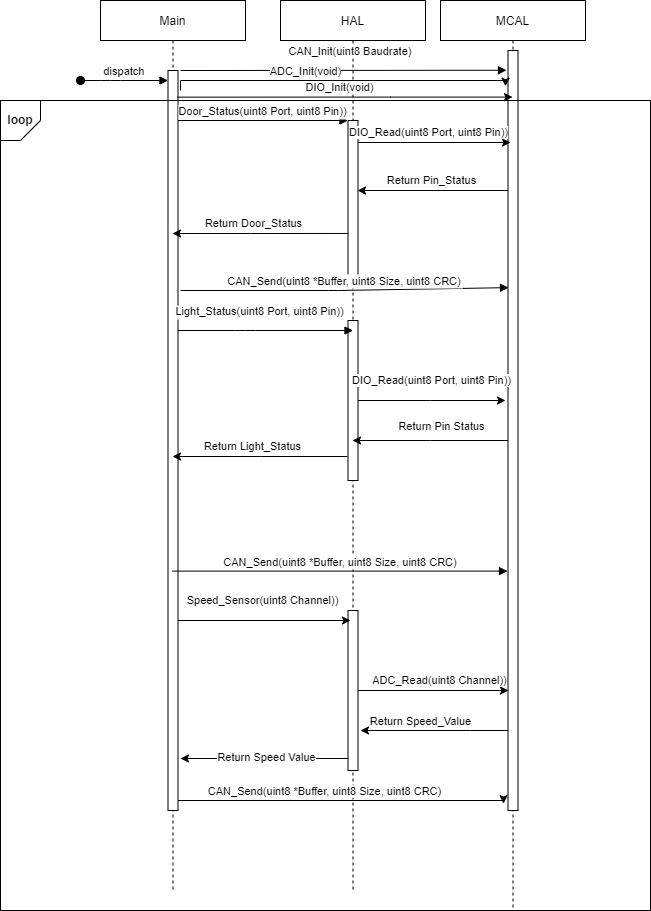
Before: Embedded Systems Design Project/Screen_Shots/Sequence Diagram (ECU_1).png, a diagram exported from draw.io (MohamedAshrafKhedr/Sprints_ARM_MC02-MA-). Source tidied: cells renumbered, new cells last; positions are measured from the earlier drawing's top-left corner, leaving out a move shared by most shapes.
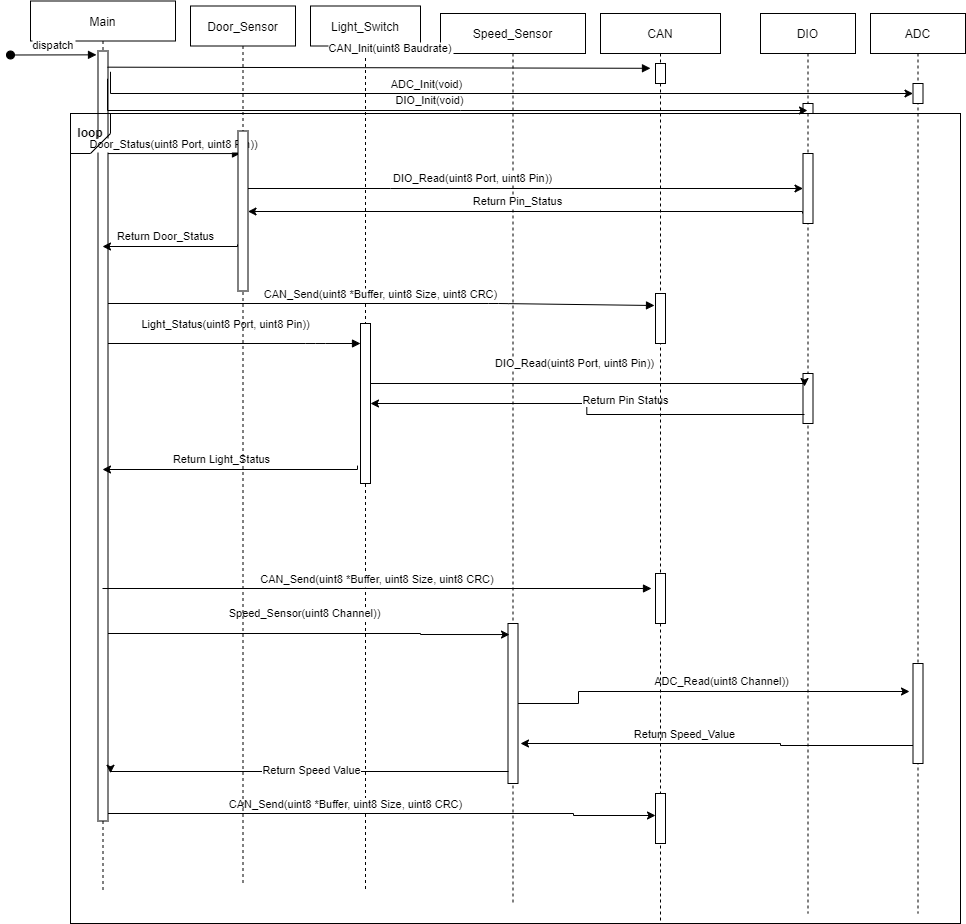
The same file after the commit.

What changed in the source:
```diff
@@ -2,86 +2,79 @@
   <root>
     <mxCell id="0" />
     <mxCell id="1" parent="0" />
+    <mxCell id="35" style="rounded=0;whiteSpace=wrap;html=1;fillColor=none;" parent="1" vertex="1">
+      <mxGeometry y="100" width="890" height="810" as="geometry" />
+    </mxCell>
+    <mxCell id="36" value="Light_Switch" style="shape=umlLifeline;perimeter=lifelinePerimeter;rounded=0;shadow=0;strokeWidth=1;" parent="1" vertex="1">
+      <mxGeometry x="240" y="-7.5" width="110" height="885" as="geometry" />
+    </mxCell>
+    <mxCell id="37" style="points=[];perimeter=orthogonalPerimeter;rounded=0;shadow=0;strokeWidth=1;" parent="36" vertex="1">
+      <mxGeometry x="50" y="317.5" width="10" height="160" as="geometry" />
+    </mxCell>
     <mxCell id="2" value="Main" style="shape=umlLifeline;perimeter=lifelinePerimeter;rounded=0;shadow=0;strokeWidth=1;" parent="1" vertex="1">
-      <mxGeometry x="100" width="145" height="890" as="geometry" />
+      <mxGeometry x="-40" y="-12.5" width="145" height="890" as="geometry" />
     </mxCell>
     <mxCell id="3" style="points=[];perimeter=orthogonalPerimeter;rounded=0;shadow=0;strokeWidth=1;" parent="2" vertex="1">
-      <mxGeometry x="67.5" y="70" width="10" height="740" as="geometry" />
+      <mxGeometry x="67.5" y="50" width="10" height="770" as="geometry" />
     </mxCell>
-    <mxCell id="4" value="dispatch" style="verticalAlign=bottom;startArrow=oval;endArrow=block;startSize=8;shadow=0;strokeWidth=1;" parent="2" edge="1" target="3">
+    <mxCell id="4" value="dispatch" style="verticalAlign=bottom;startArrow=oval;endArrow=block;startSize=8;shadow=0;strokeWidth=1;entryX=-0.15;entryY=0.005;entryDx=0;entryDy=0;entryPerimeter=0;" parent="2" edge="1" target="3">
       <mxGeometry relative="1" as="geometry">
-        <mxPoint x="-20" y="80" as="sourcePoint" />
-        <Array as="points">
-          <mxPoint x="10" y="80" />
-        </Array>
+        <mxPoint x="-20" y="54" as="sourcePoint" />
       </mxGeometry>
     </mxCell>
-    <mxCell id="5" value="HAL" style="shape=umlLifeline;perimeter=lifelinePerimeter;rounded=0;shadow=0;strokeWidth=1;" parent="1" vertex="1">
-      <mxGeometry x="280" width="145" height="890" as="geometry" />
+    <mxCell id="5" value="Speed_Sensor" style="shape=umlLifeline;perimeter=lifelinePerimeter;rounded=0;shadow=0;strokeWidth=1;" parent="1" vertex="1">
+      <mxGeometry x="370" width="145" height="890" as="geometry" />
     </mxCell>
-    <mxCell id="6" style="points=[];perimeter=orthogonalPerimeter;rounded=0;shadow=0;strokeWidth=1;" parent="5" vertex="1">
-      <mxGeometry x="67.5" y="120" width="10" height="160" as="geometry" />
-    </mxCell>
-    <mxCell id="7" value="CAN_Send(uint8 *Buffer, uint8 Size, uint8 CRC)" style="verticalAlign=bottom;endArrow=block;shadow=0;strokeWidth=1;entryX=0.05;entryY=0.312;entryDx=0;entryDy=0;entryPerimeter=0;" parent="5" edge="1" target="12">
-      <mxGeometry relative="1" as="geometry">
-        <mxPoint x="-100" y="290" as="sourcePoint" />
-        <Array as="points">
-          <mxPoint x="58" y="290" />
-        </Array>
-      </mxGeometry>
-    </mxCell>
-    <mxCell id="8" style="points=[];perimeter=orthogonalPerimeter;rounded=0;shadow=0;strokeWidth=1;" parent="5" vertex="1">
-      <mxGeometry x="67.5" y="320" width="10" height="160" as="geometry" />
-    </mxCell>
     <mxCell id="9" style="points=[];perimeter=orthogonalPerimeter;rounded=0;shadow=0;strokeWidth=1;" parent="5" vertex="1">
       <mxGeometry x="67.5" y="610" width="10" height="160" as="geometry" />
     </mxCell>
-    <mxCell id="10" value="Door_Status(uint8 Port, uint8 Pin))" style="verticalAlign=bottom;endArrow=block;entryX=0;entryY=0;shadow=0;strokeWidth=1;" parent="1" edge="1" source="3" target="6">
+    <mxCell id="10" value="Door_Status(uint8 Port, uint8 Pin))" style="verticalAlign=bottom;endArrow=block;entryX=0.25;entryY=0.141;shadow=0;strokeWidth=1;entryDx=0;entryDy=0;entryPerimeter=0;" parent="1" edge="1" source="3" target="46">
       <mxGeometry relative="1" as="geometry" />
     </mxCell>
-    <mxCell id="11" value="MCAL" style="shape=umlLifeline;perimeter=lifelinePerimeter;rounded=0;shadow=0;strokeWidth=1;" parent="1" vertex="1">
-      <mxGeometry x="440" width="145" height="910" as="geometry" />
+    <mxCell id="11" value="DIO" style="shape=umlLifeline;perimeter=lifelinePerimeter;rounded=0;shadow=0;strokeWidth=1;" parent="1" vertex="1">
+      <mxGeometry x="690" width="95" height="900" as="geometry" />
     </mxCell>
     <mxCell id="12" style="points=[];perimeter=orthogonalPerimeter;rounded=0;shadow=0;strokeWidth=1;" parent="11" vertex="1">
-      <mxGeometry x="67.5" y="50" width="10" height="760" as="geometry" />
+      <mxGeometry x="42.5" y="90" width="10" height="10" as="geometry" />
     </mxCell>
+    <mxCell id="38" style="points=[];perimeter=orthogonalPerimeter;rounded=0;shadow=0;strokeWidth=1;" parent="11" vertex="1">
+      <mxGeometry x="42.5" y="140" width="10" height="70" as="geometry" />
+    </mxCell>
+    <mxCell id="39" style="points=[];perimeter=orthogonalPerimeter;rounded=0;shadow=0;strokeWidth=1;" parent="11" vertex="1">
+      <mxGeometry x="42.5" y="360" width="10" height="50" as="geometry" />
+    </mxCell>
-    <mxCell id="13" value="CAN_Init(uint8 Baudrate)" style="verticalAlign=bottom;endArrow=block;shadow=0;strokeWidth=1;entryX=-0.15;entryY=0.026;entryDx=0;entryDy=0;entryPerimeter=0;" parent="1" edge="1" target="12">
-      <mxGeometry x="0.04" y="10" relative="1" as="geometry">
-        <mxPoint x="180" y="70" as="sourcePoint" />
-      </mxGeometry>
+    <mxCell id="13" value="CAN_Init(uint8 Baudrate)" style="verticalAlign=bottom;endArrow=block;shadow=0;strokeWidth=1;entryX=-0.5;entryY=0.24;entryDx=0;entryDy=0;entryPerimeter=0;exitX=0.95;exitY=0.021;exitDx=0;exitDy=0;exitPerimeter=0;" parent="1" edge="1" source="3" target="41">
+      <mxGeometry x="0.04" y="10" relative="1" as="geometry" />
     </mxCell>
-    <mxCell id="14" value="&lt;span style=&quot;color: rgb(0, 0, 0); font-family: Helvetica; font-size: 11px; font-style: normal; font-variant-ligatures: normal; font-variant-caps: normal; font-weight: 400; letter-spacing: normal; orphans: 2; text-align: center; text-indent: 0px; text-transform: none; widows: 2; word-spacing: 0px; -webkit-text-stroke-width: 0px; background-color: rgb(255, 255, 255); text-decoration-thickness: initial; text-decoration-style: initial; text-decoration-color: initial; float: none; display: inline !important;&quot;&gt;DIO_Read(uint8 Port, uint8 Pin))&lt;/span&gt;" style="edgeStyle=orthogonalEdgeStyle;rounded=0;jettySize=auto;html=1;" parent="1" edge="1" source="6">
+    <mxCell id="14" value="&lt;span style=&quot;color: rgb(0, 0, 0); font-family: Helvetica; font-size: 11px; font-style: normal; font-variant-ligatures: normal; font-variant-caps: normal; font-weight: 400; letter-spacing: normal; orphans: 2; text-align: center; text-indent: 0px; text-transform: none; widows: 2; word-spacing: 0px; -webkit-text-stroke-width: 0px; background-color: rgb(255, 255, 255); text-decoration-thickness: initial; text-decoration-style: initial; text-decoration-color: initial; float: none; display: inline !important;&quot;&gt;DIO_Read(uint8 Port, uint8 Pin))&lt;/span&gt;" style="edgeStyle=orthogonalEdgeStyle;rounded=0;jettySize=auto;html=1;" parent="1" edge="1" source="46" target="38">
       <mxGeometry x="-0.23" y="14" relative="1" as="geometry">
-        <mxPoint x="510" y="142" as="targetPoint" />
         <Array as="points">
-          <mxPoint x="400" y="142" />
-          <mxPoint x="400" y="142" />
+          <mxPoint x="320" y="175" />
+          <mxPoint x="320" y="175" />
         </Array>
         <mxPoint x="11" y="4" as="offset" />
       </mxGeometry>
     </mxCell>
-    <mxCell id="15" value="Return Pin_Status" style="edgeStyle=orthogonalEdgeStyle;rounded=0;jettySize=auto;html=1;" parent="1" edge="1" source="12">
+    <mxCell id="15" value="Return Pin_Status" style="edgeStyle=orthogonalEdgeStyle;rounded=0;jettySize=auto;html=1;exitX=-0.05;exitY=0.857;exitDx=0;exitDy=0;exitPerimeter=0;" parent="1" edge="1" source="38" target="46">
       <mxGeometry x="0.03" y="-10" relative="1" as="geometry">
-        <mxPoint x="357" y="190" as="targetPoint" />
         <Array as="points">
-          <mxPoint x="357" y="190" />
+          <mxPoint x="732" y="198" />
         </Array>
       </mxGeometry>
     </mxCell>
-    <mxCell id="16" value="Light_Status(uint8 Port, uint8 Pin))" style="verticalAlign=bottom;endArrow=block;entryX=0;entryY=0;shadow=0;strokeWidth=1;" parent="1" edge="1" source="3">
+    <mxCell id="16" value="Light_Status(uint8 Port, uint8 Pin))" style="verticalAlign=bottom;endArrow=block;shadow=0;strokeWidth=1;" parent="1" edge="1" source="3">
       <mxGeometry x="-0.06" y="10" relative="1" as="geometry">
-        <mxPoint x="352.5" y="330" as="targetPoint" />
+        <mxPoint x="290" y="330" as="targetPoint" />
         <Array as="points">
           <mxPoint x="245" y="330" />
         </Array>
       </mxGeometry>
     </mxCell>
-    <mxCell id="17" value="&lt;span style=&quot;color: rgb(0, 0, 0); font-family: Helvetica; font-size: 11px; font-style: normal; font-variant-ligatures: normal; font-variant-caps: normal; font-weight: 400; letter-spacing: normal; orphans: 2; text-align: center; text-indent: 0px; text-transform: none; widows: 2; word-spacing: 0px; -webkit-text-stroke-width: 0px; background-color: rgb(255, 255, 255); text-decoration-thickness: initial; text-decoration-style: initial; text-decoration-color: initial; float: none; display: inline !important;&quot;&gt;DIO_Read(uint8 Port, uint8 Pin))&lt;/span&gt;" style="edgeStyle=orthogonalEdgeStyle;rounded=0;jettySize=auto;html=1;" parent="1" edge="1" source="8">
+    <mxCell id="17" value="&lt;span style=&quot;color: rgb(0, 0, 0); font-family: Helvetica; font-size: 11px; font-style: normal; font-variant-ligatures: normal; font-variant-caps: normal; font-weight: 400; letter-spacing: normal; orphans: 2; text-align: center; text-indent: 0px; text-transform: none; widows: 2; word-spacing: 0px; -webkit-text-stroke-width: 0px; background-color: rgb(255, 255, 255); text-decoration-thickness: initial; text-decoration-style: initial; text-decoration-color: initial; float: none; display: inline !important;&quot;&gt;DIO_Read(uint8 Port, uint8 Pin))&lt;/span&gt;" style="edgeStyle=orthogonalEdgeStyle;rounded=0;jettySize=auto;html=1;exitX=1;exitY=0.238;exitDx=0;exitDy=0;exitPerimeter=0;entryX=0.15;entryY=0.26;entryDx=0;entryDy=0;entryPerimeter=0;" parent="1" edge="1" source="37" target="39">
       <mxGeometry x="-0.02" y="20" relative="1" as="geometry">
-        <mxPoint x="505" y="400" as="targetPoint" />
         <Array as="points">
-          <mxPoint x="430" y="400" />
-          <mxPoint x="430" y="400" />
+          <mxPoint x="300" y="370" />
+          <mxPoint x="734" y="370" />
         </Array>
       </mxGeometry>
     </mxCell>
@@ -93,11 +86,12 @@
         </Array>
       </mxGeometry>
     </mxCell>
-    <mxCell id="19" style="edgeStyle=orthogonalEdgeStyle;rounded=0;jettySize=auto;html=1;entryX=1.25;entryY=0.75;entryDx=0;entryDy=0;entryPerimeter=0;" parent="1" edge="1" source="12" target="9">
+    <mxCell id="19" style="edgeStyle=orthogonalEdgeStyle;rounded=0;jettySize=auto;html=1;entryX=1.25;entryY=0.75;entryDx=0;entryDy=0;entryPerimeter=0;exitX=0.15;exitY=0.73;exitDx=0;exitDy=0;exitPerimeter=0;" parent="1" edge="1" source="49" target="9">
       <mxGeometry relative="1" as="geometry">
         <Array as="points">
-          <mxPoint x="470" y="730" />
-          <mxPoint x="470" y="730" />
+          <mxPoint x="844" y="732" />
+          <mxPoint x="710" y="732" />
+          <mxPoint x="710" y="730" />
         </Array>
       </mxGeometry>
     </mxCell>
@@ -106,30 +100,28 @@
         <mxPoint y="-12" as="offset" />
       </mxGeometry>
     </mxCell>
-    <mxCell id="21" value="Return Light_Status" style="edgeStyle=orthogonalEdgeStyle;rounded=0;jettySize=auto;html=1;exitX=-0.05;exitY=0.85;exitDx=0;exitDy=0;exitPerimeter=0;" parent="1" edge="1" source="8" target="2">
+    <mxCell id="21" value="Return Light_Status" style="edgeStyle=orthogonalEdgeStyle;rounded=0;jettySize=auto;html=1;exitX=-0.3;exitY=0.888;exitDx=0;exitDy=0;exitPerimeter=0;" parent="1" edge="1" source="37" target="2">
       <mxGeometry x="0.08" y="-10" relative="1" as="geometry">
         <Array as="points">
-          <mxPoint x="260" y="456" />
-          <mxPoint x="260" y="456" />
+          <mxPoint x="287" y="456" />
         </Array>
       </mxGeometry>
     </mxCell>
-    <mxCell id="22" value="CAN_Send(uint8 *Buffer, uint8 Size, uint8 CRC)" style="verticalAlign=bottom;endArrow=block;shadow=0;strokeWidth=1;entryX=-0.05;entryY=0.685;entryDx=0;entryDy=0;entryPerimeter=0;" parent="1" edge="1" source="2" target="12">
+    <mxCell id="22" value="CAN_Send(uint8 *Buffer, uint8 Size, uint8 CRC)" style="verticalAlign=bottom;endArrow=block;shadow=0;strokeWidth=1;entryX=-0.4;entryY=0.3;entryDx=0;entryDy=0;entryPerimeter=0;" parent="1" edge="1" source="2" target="43">
       <mxGeometry relative="1" as="geometry" />
     </mxCell>
-    <mxCell id="23" value="&lt;span style=&quot;color: rgb(0, 0, 0); font-family: Helvetica; font-size: 11px; font-style: normal; font-variant-ligatures: normal; font-variant-caps: normal; font-weight: 400; letter-spacing: normal; orphans: 2; text-align: center; text-indent: 0px; text-transform: none; widows: 2; word-spacing: 0px; -webkit-text-stroke-width: 0px; background-color: rgb(255, 255, 255); text-decoration-thickness: initial; text-decoration-style: initial; text-decoration-color: initial; float: none; display: inline !important;&quot;&gt;Speed_Sensor(uint8 Channel))&lt;/span&gt;" style="edgeStyle=orthogonalEdgeStyle;rounded=0;jettySize=auto;html=1;" parent="1" edge="1" source="3">
+    <mxCell id="23" value="&lt;span style=&quot;color: rgb(0, 0, 0); font-family: Helvetica; font-size: 11px; font-style: normal; font-variant-ligatures: normal; font-variant-caps: normal; font-weight: 400; letter-spacing: normal; orphans: 2; text-align: center; text-indent: 0px; text-transform: none; widows: 2; word-spacing: 0px; -webkit-text-stroke-width: 0px; background-color: rgb(255, 255, 255); text-decoration-thickness: initial; text-decoration-style: initial; text-decoration-color: initial; float: none; display: inline !important;&quot;&gt;Speed_Sensor(uint8 Channel))&lt;/span&gt;" style="edgeStyle=orthogonalEdgeStyle;rounded=0;jettySize=auto;html=1;entryX=0.15;entryY=0.069;entryDx=0;entryDy=0;entryPerimeter=0;" parent="1" edge="1" source="3" target="9">
       <mxGeometry x="-0.03" y="20" relative="1" as="geometry">
-        <mxPoint x="350" y="620" as="targetPoint" />
         <Array as="points">
           <mxPoint x="350" y="620" />
+          <mxPoint x="350" y="621" />
         </Array>
       </mxGeometry>
     </mxCell>
-    <mxCell id="24" style="edgeStyle=orthogonalEdgeStyle;rounded=0;jettySize=auto;html=1;entryX=-0.25;entryY=0.047;entryDx=0;entryDy=0;entryPerimeter=0;exitX=1.25;exitY=0.027;exitDx=0;exitDy=0;exitPerimeter=0;" parent="1" edge="1" source="3" target="12">
+    <mxCell id="24" style="edgeStyle=orthogonalEdgeStyle;rounded=0;jettySize=auto;html=1;exitX=1.25;exitY=0.027;exitDx=0;exitDy=0;exitPerimeter=0;" parent="1" edge="1" source="3" target="48">
       <mxGeometry relative="1" as="geometry">
         <Array as="points">
-          <mxPoint x="180" y="80" />
-          <mxPoint x="505" y="80" />
+          <mxPoint x="40" y="80" />
         </Array>
       </mxGeometry>
     </mxCell>
@@ -138,34 +130,27 @@
         <mxPoint x="-10" y="-8" as="offset" />
       </mxGeometry>
     </mxCell>
-    <mxCell id="26" value="ADC_Read(uint8 Channel))" style="edgeStyle=orthogonalEdgeStyle;rounded=0;jettySize=auto;html=1;" parent="1" edge="1" source="9">
+    <mxCell id="26" value="ADC_Read(uint8 Channel))" style="edgeStyle=orthogonalEdgeStyle;rounded=0;jettySize=auto;html=1;entryX=-0.35;entryY=0.28;entryDx=0;entryDy=0;entryPerimeter=0;" parent="1" edge="1" source="9" target="49">
       <mxGeometry x="0.06" y="10" relative="1" as="geometry">
-        <mxPoint x="508" y="690" as="targetPoint" />
         <Array as="points">
           <mxPoint x="508" y="690" />
+          <mxPoint x="508" y="678" />
         </Array>
         <mxPoint x="1" as="offset" />
       </mxGeometry>
     </mxCell>
-    <mxCell id="27" style="edgeStyle=orthogonalEdgeStyle;rounded=0;jettySize=auto;html=1;" parent="1" edge="1" source="12" target="5">
-      <mxGeometry relative="1" as="geometry">
-        <Array as="points">
-          <mxPoint x="430" y="440" />
-          <mxPoint x="430" y="440" />
-        </Array>
-      </mxGeometry>
+    <mxCell id="27" style="edgeStyle=orthogonalEdgeStyle;rounded=0;jettySize=auto;html=1;exitX=0.15;exitY=0.82;exitDx=0;exitDy=0;exitPerimeter=0;" parent="1" edge="1" source="39" target="37">
+      <mxGeometry relative="1" as="geometry" />
     </mxCell>
     <mxCell id="28" value="Return Pin Status" style="edgeLabel;html=1;align=center;verticalAlign=middle;" parent="27" vertex="1">
       <mxGeometry x="-0.22" y="1" relative="1" as="geometry">
         <mxPoint x="-7" y="-16" as="offset" />
       </mxGeometry>
     </mxCell>
-    <mxCell id="29" style="edgeStyle=orthogonalEdgeStyle;rounded=0;jettySize=auto;html=1;exitX=0.05;exitY=0.925;exitDx=0;exitDy=0;exitPerimeter=0;" parent="1" edge="1" source="9">
+    <mxCell id="29" style="edgeStyle=orthogonalEdgeStyle;rounded=0;jettySize=auto;html=1;exitX=0.05;exitY=0.925;exitDx=0;exitDy=0;exitPerimeter=0;entryX=1.25;entryY=0.938;entryDx=0;entryDy=0;entryPerimeter=0;" parent="1" edge="1" source="9" target="3">
       <mxGeometry relative="1" as="geometry">
-        <mxPoint x="180" y="758" as="targetPoint" />
         <Array as="points">
-          <mxPoint x="260" y="758" />
-          <mxPoint x="260" y="758" />
+          <mxPoint x="40" y="758" />
         </Array>
       </mxGeometry>
     </mxCell>
@@ -174,10 +159,11 @@
         <mxPoint x="1" as="offset" />
       </mxGeometry>
     </mxCell>
-    <mxCell id="31" style="edgeStyle=orthogonalEdgeStyle;rounded=0;jettySize=auto;html=1;entryX=-0.45;entryY=0.991;entryDx=0;entryDy=0;entryPerimeter=0;" parent="1" edge="1" source="3" target="12">
+    <mxCell id="31" style="edgeStyle=orthogonalEdgeStyle;rounded=0;jettySize=auto;html=1;entryX=0;entryY=0.44;entryDx=0;entryDy=0;entryPerimeter=0;" parent="1" edge="1" source="3" target="44">
       <mxGeometry relative="1" as="geometry">
         <Array as="points">
           <mxPoint x="503" y="800" />
+          <mxPoint x="503" y="802" />
         </Array>
       </mxGeometry>
     </mxCell>
@@ -186,19 +172,52 @@
         <mxPoint x="9" y="-9" as="offset" />
       </mxGeometry>
     </mxCell>
-    <mxCell id="33" value="Return Door_Status" style="edgeStyle=orthogonalEdgeStyle;rounded=0;jettySize=auto;html=1;exitX=0.05;exitY=0.706;exitDx=0;exitDy=0;exitPerimeter=0;" parent="1" edge="1" source="6" target="2">
+    <mxCell id="33" value="Return Door_Status" style="edgeStyle=orthogonalEdgeStyle;rounded=0;jettySize=auto;html=1;exitX=-0.05;exitY=0.709;exitDx=0;exitDy=0;exitPerimeter=0;" parent="1" edge="1" source="46" target="2">
       <mxGeometry x="0.08" y="-10" relative="1" as="geometry">
         <Array as="points">
-          <mxPoint x="250" y="233" />
-          <mxPoint x="250" y="233" />
+          <mxPoint x="167" y="233" />
         </Array>
       </mxGeometry>
     </mxCell>
+    <mxCell id="40" value="CAN" style="shape=umlLifeline;perimeter=lifelinePerimeter;rounded=0;shadow=0;strokeWidth=1;" parent="1" vertex="1">
+      <mxGeometry x="530" width="120" height="910" as="geometry" />
+    </mxCell>
+    <mxCell id="41" style="points=[];perimeter=orthogonalPerimeter;rounded=0;shadow=0;strokeWidth=1;" parent="40" vertex="1">
+      <mxGeometry x="55" y="50" width="10" height="20" as="geometry" />
+    </mxCell>
+    <mxCell id="42" style="points=[];perimeter=orthogonalPerimeter;rounded=0;shadow=0;strokeWidth=1;" parent="40" vertex="1">
+      <mxGeometry x="55" y="280" width="10" height="50" as="geometry" />
+    </mxCell>
+    <mxCell id="43" style="points=[];perimeter=orthogonalPerimeter;rounded=0;shadow=0;strokeWidth=1;" parent="40" vertex="1">
+      <mxGeometry x="55" y="560" width="10" height="50" as="geometry" />
+    </mxCell>
+    <mxCell id="44" style="points=[];perimeter=orthogonalPerimeter;rounded=0;shadow=0;strokeWidth=1;" parent="40" vertex="1">
+      <mxGeometry x="55" y="780" width="10" height="50" as="geometry" />
+    </mxCell>
+    <mxCell id="45" value="Door_Sensor" style="shape=umlLifeline;perimeter=lifelinePerimeter;rounded=0;shadow=0;strokeWidth=1;" parent="1" vertex="1">
+      <mxGeometry x="120" y="-7.5" width="105" height="880" as="geometry" />
+    </mxCell>
+    <mxCell id="46" style="points=[];perimeter=orthogonalPerimeter;rounded=0;shadow=0;strokeWidth=1;" parent="45" vertex="1">
+      <mxGeometry x="47.5" y="125" width="10" height="160" as="geometry" />
+    </mxCell>
+    <mxCell id="7" value="CAN_Send(uint8 *Buffer, uint8 Size, uint8 CRC)" style="verticalAlign=bottom;endArrow=block;shadow=0;strokeWidth=1;entryX=-0.1;entryY=0.24;entryDx=0;entryDy=0;entryPerimeter=0;" parent="1" edge="1" source="3" target="42">
+      <mxGeometry relative="1" as="geometry">
+        <Array as="points">
+          <mxPoint x="428" y="290" />
+        </Array>
+      </mxGeometry>
+    </mxCell>
     <mxCell id="34" value="&lt;b&gt;loop&lt;/b&gt;" style="verticalLabelPosition=middle;verticalAlign=middle;html=1;shape=card;whiteSpace=wrap;size=20;arcSize=12;fillColor=none;direction=west;align=center;labelPosition=center;" parent="1" vertex="1">
       <mxGeometry y="100" width="40" height="40" as="geometry" />
     </mxCell>
-    <mxCell id="35" style="rounded=0;whiteSpace=wrap;html=1;fillColor=none;" parent="1" vertex="1">
-      <mxGeometry y="100" width="650" height="810" as="geometry" />
-    </mxCell>
+    <mxCell id="47" value="ADC" style="shape=umlLifeline;perimeter=lifelinePerimeter;rounded=0;shadow=0;strokeWidth=1;" parent="1" vertex="1">
+      <mxGeometry x="800" width="95" height="900" as="geometry" />
+    </mxCell>
+    <mxCell id="48" style="points=[];perimeter=orthogonalPerimeter;rounded=0;shadow=0;strokeWidth=1;" parent="47" vertex="1">
+      <mxGeometry x="42.5" y="70" width="10" height="20" as="geometry" />
+    </mxCell>
+    <mxCell id="49" style="points=[];perimeter=orthogonalPerimeter;rounded=0;shadow=0;strokeWidth=1;" parent="47" vertex="1">
+      <mxGeometry x="42.5" y="650" width="10" height="100" as="geometry" />
+    </mxCell>
   </root>
 </mxGraphModel>
```
